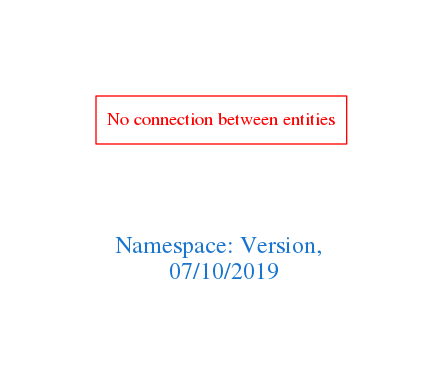
Earlier version of the Graphviz export downloads/Version.png (arago/OGIT). Its source is kept beside it as downloads/Version.dot.
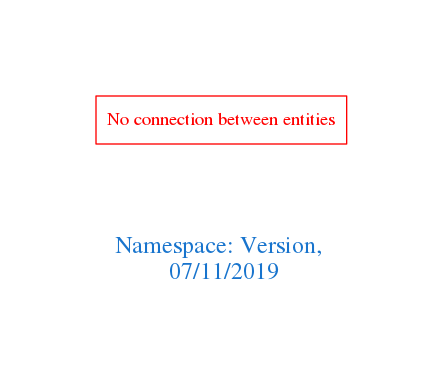
After the commit.

Change to the diagram source:
```diff
@@ -1,7 +1,7 @@
 digraph OGIT_ontology {
  graph [ rankdir= LR,pad=1
 fontsize = 18,
-fontcolor= dodgerblue3,label = "\n\n\nNamespace: Version, \n 07/10/2019"];
+fontcolor= dodgerblue3,label = "\n\n\nNamespace: Version, \n 07/11/2019"];
 node[shape=polygon];
 edge [  color="gray81"];
 
```
